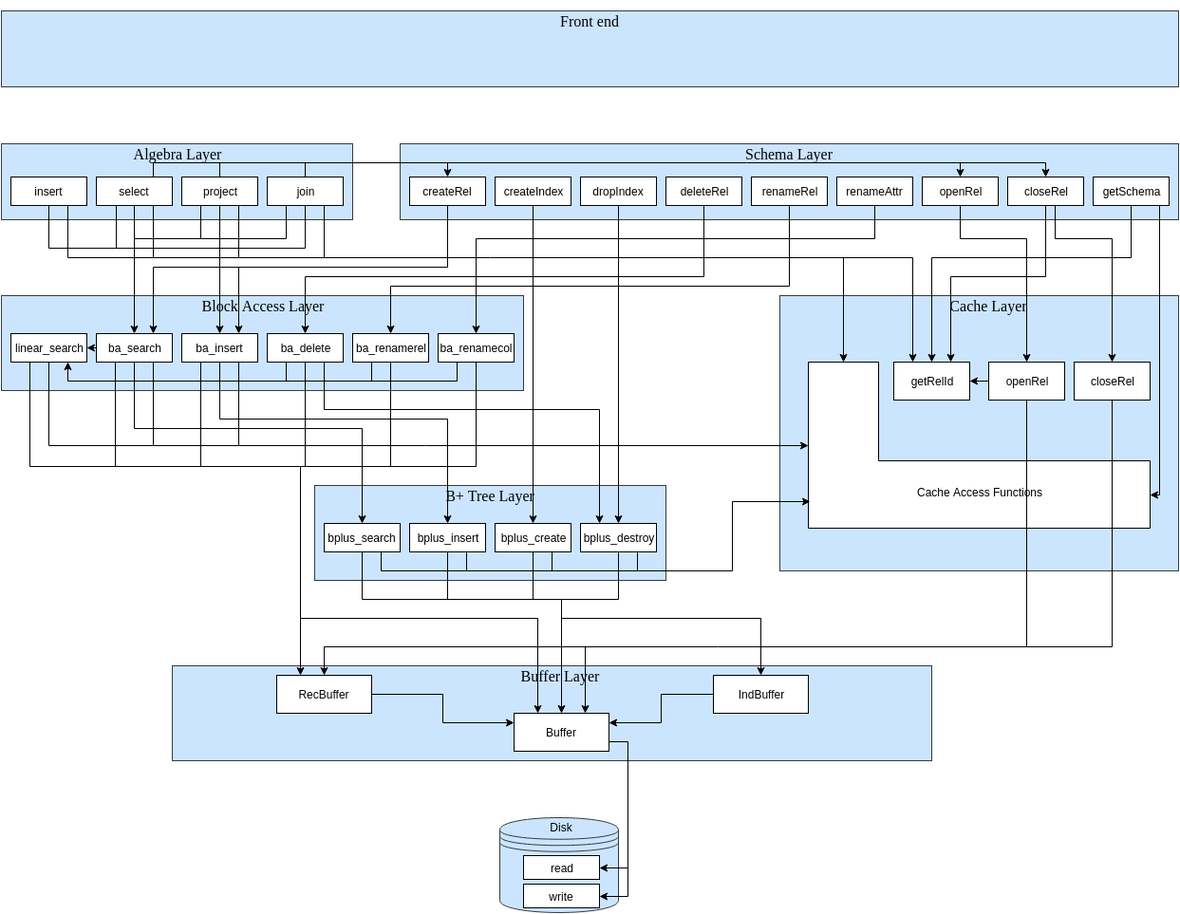
Above: img/design/design.png in Nitcbase/nitcbase.github.io (draw.io), before the change. Source tidied: cells renumbered, new cells last; positions are measured from the earlier drawing's top-left corner, leaving out a move shared by most shapes.
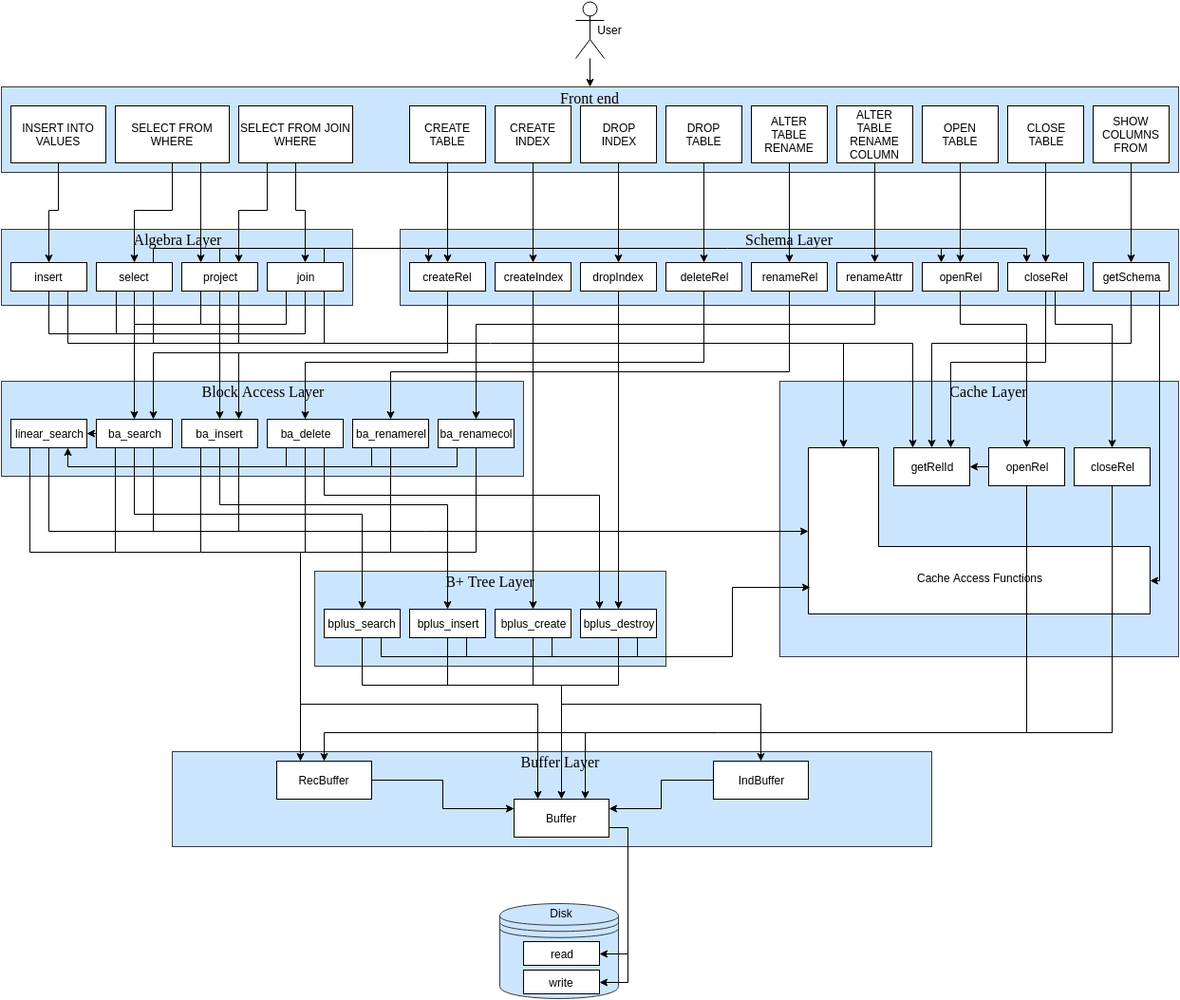
The same diagram one commit later.

Commit message:
frontend added to design diagram

The edit, as a diff of the source:
```diff
@@ -6,7 +6,7 @@
       <mxGeometry x="525" y="850" width="125" height="100" as="geometry" />
     </mxCell>
     <mxCell id="3" style="rounded=0;whiteSpace=wrap;html=1;fillColor=#cce5ff;strokeColor=#36393d;" parent="1" vertex="1">
-      <mxGeometry width="1240" height="80" as="geometry" />
+      <mxGeometry y="-10" width="1240" height="90" as="geometry" />
     </mxCell>
     <mxCell id="4" style="rounded=0;whiteSpace=wrap;html=1;fillColor=#cce5ff;strokeColor=#36393d;" parent="1" vertex="1">
       <mxGeometry y="140" width="370" height="80" as="geometry" />
@@ -147,7 +147,7 @@
       <mxGeometry x="507.5" y="690" width="160" height="20" as="geometry" />
     </mxCell>
     <mxCell id="50" value="&lt;p&gt;&lt;font style=&quot;font-size: 16px&quot; face=&quot;Times New Roman&quot;&gt;Front end&lt;/font&gt;&lt;/p&gt;" style="text;html=1;strokeColor=none;fillColor=none;align=center;verticalAlign=middle;whiteSpace=wrap;rounded=0;" parent="1" vertex="1">
-      <mxGeometry x="560" width="120" height="20" as="geometry" />
+      <mxGeometry x="560" y="-9" width="120" height="20" as="geometry" />
     </mxCell>
     <mxCell id="51" style="group;" parent="1" vertex="1">
       <mxGeometry x="660" y="770" height="163" as="geometry" />
@@ -214,11 +214,11 @@
         </Array>
       </mxGeometry>
     </mxCell>
-    <mxCell id="62" style="endArrow=classic;html=1;exitX=0.75;exitY=0;exitDx=0;exitDy=0;entryX=0.5;entryY=0;entryDx=0;entryDy=0;rounded=0;" parent="1" edge="1" source="7" target="11">
+    <mxCell id="62" style="endArrow=classic;html=1;exitX=0.75;exitY=0;exitDx=0;exitDy=0;entryX=0.25;entryY=0;entryDx=0;entryDy=0;rounded=0;" parent="1" edge="1" source="7" target="11">
       <mxGeometry relative="1" as="geometry">
         <Array as="points">
           <mxPoint x="160" y="160" />
-          <mxPoint x="470" y="160" />
+          <mxPoint x="450" y="160" />
         </Array>
       </mxGeometry>
     </mxCell>
@@ -227,22 +227,22 @@
         <mxPoint x="230" y="160" as="targetPoint" />
       </mxGeometry>
     </mxCell>
-    <mxCell id="64" style="endArrow=none;html=1;exitX=0.5;exitY=0;exitDx=0;exitDy=0;endFill=0;" parent="1" edge="1" source="9">
+    <mxCell id="64" style="endArrow=none;html=1;exitX=0.75;exitY=0;exitDx=0;exitDy=0;endFill=0;" parent="1" edge="1" source="9">
       <mxGeometry relative="1" as="geometry">
-        <mxPoint x="320" y="160" as="targetPoint" />
+        <mxPoint x="340" y="160" as="targetPoint" />
       </mxGeometry>
     </mxCell>
-    <mxCell id="65" style="endArrow=classic;html=1;entryX=0.5;entryY=0;entryDx=0;entryDy=0;rounded=0;" parent="1" edge="1" target="18">
+    <mxCell id="65" style="endArrow=classic;html=1;entryX=0.25;entryY=0;entryDx=0;entryDy=0;rounded=0;" parent="1" edge="1" target="18">
       <mxGeometry relative="1" as="geometry">
-        <mxPoint x="470" y="160" as="sourcePoint" />
+        <mxPoint x="450" y="160" as="sourcePoint" />
         <Array as="points">
-          <mxPoint x="1100" y="160" />
+          <mxPoint x="1080" y="160" />
         </Array>
       </mxGeometry>
     </mxCell>
-    <mxCell id="66" style="endArrow=classic;html=1;entryX=0.5;entryY=0;entryDx=0;entryDy=0;" parent="1" edge="1" target="15">
+    <mxCell id="66" style="endArrow=classic;html=1;entryX=0.25;entryY=0;entryDx=0;entryDy=0;" parent="1" edge="1" target="15">
       <mxGeometry relative="1" as="geometry">
-        <mxPoint x="1010" y="160" as="sourcePoint" />
+        <mxPoint x="990" y="160" as="sourcePoint" />
       </mxGeometry>
     </mxCell>
     <mxCell id="67" style="endArrow=classic;html=1;elbow=vertical;exitX=0.25;exitY=1;exitDx=0;exitDy=0;rounded=0;entryX=0.75;entryY=1;entryDx=0;entryDy=0;" parent="1" edge="1" source="25" target="23">
@@ -541,5 +541,112 @@
         </Array>
       </mxGeometry>
     </mxCell>
+    <mxCell id="114" style="edgeStyle=orthogonalEdgeStyle;rounded=0;jumpStyle=none;jettySize=auto;html=1;startArrow=none;startFill=0;endArrow=classic;endFill=1;" parent="1" edge="1" source="115" target="3">
+      <mxGeometry relative="1" as="geometry" />
+    </mxCell>
+    <mxCell id="115" style="shape=umlActor;verticalLabelPosition=bottom;labelBackgroundColor=#ffffff;verticalAlign=top;html=1;outlineConnect=0;glass=0;fillColor=#ffffff;gradientColor=none;" parent="1" vertex="1">
+      <mxGeometry x="605" y="-100" width="30" height="60" as="geometry" />
+    </mxCell>
+    <mxCell id="116" style="edgeStyle=orthogonalEdgeStyle;rounded=0;jumpStyle=none;jettySize=auto;html=1;startArrow=none;startFill=0;endArrow=classic;endFill=1;entryX=0.5;entryY=0;entryDx=0;entryDy=0;" parent="1" edge="1" source="117" target="7">
+      <mxGeometry relative="1" as="geometry">
+        <Array as="points">
+          <mxPoint x="180" y="120" />
+          <mxPoint x="140" y="120" />
+        </Array>
+      </mxGeometry>
+    </mxCell>
+    <mxCell id="117" value="SELECT FROM WHERE" style="rounded=0;whiteSpace=wrap;html=1;glass=0;fillColor=#ffffff;gradientColor=none;" parent="1" vertex="1">
+      <mxGeometry x="120" y="10" width="120" height="60" as="geometry" />
+    </mxCell>
+    <mxCell id="118" style="edgeStyle=orthogonalEdgeStyle;rounded=0;jumpStyle=none;jettySize=auto;html=1;startArrow=none;startFill=0;endArrow=classic;endFill=1;" parent="1" edge="1" source="119" target="9">
+      <mxGeometry relative="1" as="geometry">
+        <Array as="points">
+          <mxPoint x="310" y="120" />
+          <mxPoint x="320" y="120" />
+        </Array>
+      </mxGeometry>
+    </mxCell>
+    <mxCell id="119" value="SELECT FROM JOIN WHERE" style="rounded=0;whiteSpace=wrap;html=1;glass=0;fillColor=#ffffff;gradientColor=none;" parent="1" vertex="1">
+      <mxGeometry x="250" y="10" width="120" height="60" as="geometry" />
+    </mxCell>
+    <mxCell id="120" style="edgeStyle=orthogonalEdgeStyle;rounded=0;jumpStyle=none;jettySize=auto;html=1;startArrow=none;startFill=0;endArrow=classic;endFill=1;entryX=0.5;entryY=0;entryDx=0;entryDy=0;" parent="1" edge="1" source="121" target="5">
+      <mxGeometry relative="1" as="geometry">
+        <Array as="points">
+          <mxPoint x="60" y="120" />
+          <mxPoint x="50" y="120" />
+        </Array>
+      </mxGeometry>
+    </mxCell>
+    <mxCell id="121" value="INSERT INTO VALUES" style="rounded=0;whiteSpace=wrap;html=1;glass=0;fillColor=#ffffff;gradientColor=none;" parent="1" vertex="1">
+      <mxGeometry x="10" y="10" width="100" height="60" as="geometry" />
+    </mxCell>
+    <mxCell id="122" style="edgeStyle=orthogonalEdgeStyle;rounded=0;jumpStyle=none;jettySize=auto;html=1;startArrow=none;startFill=0;endArrow=classic;endFill=1;entryX=0.5;entryY=0;entryDx=0;entryDy=0;" parent="1" edge="1" source="123" target="11">
+      <mxGeometry relative="1" as="geometry" />
+    </mxCell>
+    <mxCell id="123" value="CREATE TABLE" style="rounded=0;whiteSpace=wrap;html=1;glass=0;fillColor=#ffffff;gradientColor=none;" parent="1" vertex="1">
+      <mxGeometry x="430" y="10" width="80" height="60" as="geometry" />
+    </mxCell>
+    <mxCell id="124" style="edgeStyle=orthogonalEdgeStyle;rounded=0;jumpStyle=none;jettySize=auto;html=1;startArrow=none;startFill=0;endArrow=classic;endFill=1;entryX=0.5;entryY=0;entryDx=0;entryDy=0;" parent="1" edge="1" source="125" target="12">
+      <mxGeometry relative="1" as="geometry" />
+    </mxCell>
+    <mxCell id="125" value="CREATE INDEX" style="rounded=0;whiteSpace=wrap;html=1;glass=0;fillColor=#ffffff;gradientColor=none;" parent="1" vertex="1">
+      <mxGeometry x="520" y="10" width="80" height="60" as="geometry" />
+    </mxCell>
+    <mxCell id="126" style="edgeStyle=orthogonalEdgeStyle;rounded=0;jumpStyle=none;jettySize=auto;html=1;startArrow=none;startFill=0;endArrow=classic;endFill=1;entryX=0.5;entryY=0;entryDx=0;entryDy=0;" parent="1" edge="1" source="127" target="13">
+      <mxGeometry relative="1" as="geometry" />
+    </mxCell>
+    <mxCell id="127" value="DROP&lt;br&gt;INDEX" style="rounded=0;whiteSpace=wrap;html=1;glass=0;fillColor=#ffffff;gradientColor=none;" parent="1" vertex="1">
+      <mxGeometry x="610" y="10" width="80" height="60" as="geometry" />
+    </mxCell>
+    <mxCell id="128" style="edgeStyle=orthogonalEdgeStyle;rounded=0;jumpStyle=none;jettySize=auto;html=1;startArrow=none;startFill=0;endArrow=classic;endFill=1;" parent="1" edge="1" source="129" target="14">
+      <mxGeometry relative="1" as="geometry" />
+    </mxCell>
+    <mxCell id="129" value="DROP&lt;br&gt;TABLE&lt;br&gt;" style="rounded=0;whiteSpace=wrap;html=1;glass=0;fillColor=#ffffff;gradientColor=none;" parent="1" vertex="1">
+      <mxGeometry x="700" y="10" width="80" height="60" as="geometry" />
+    </mxCell>
+    <mxCell id="130" style="edgeStyle=orthogonalEdgeStyle;rounded=0;jumpStyle=none;jettySize=auto;html=1;startArrow=none;startFill=0;endArrow=classic;endFill=1;entryX=0.5;entryY=0;entryDx=0;entryDy=0;" parent="1" edge="1" source="131" target="17">
+      <mxGeometry relative="1" as="geometry" />
+    </mxCell>
+    <mxCell id="131" value="ALTER TABLE RENAME" style="rounded=0;whiteSpace=wrap;html=1;glass=0;fillColor=#ffffff;gradientColor=none;" parent="1" vertex="1">
+      <mxGeometry x="790" y="10" width="80" height="60" as="geometry" />
+    </mxCell>
+    <mxCell id="132" style="edgeStyle=orthogonalEdgeStyle;rounded=0;jumpStyle=none;jettySize=auto;html=1;startArrow=none;startFill=0;endArrow=classic;endFill=1;entryX=0.5;entryY=0;entryDx=0;entryDy=0;" parent="1" edge="1" source="133" target="16">
+      <mxGeometry relative="1" as="geometry" />
+    </mxCell>
+    <mxCell id="133" value="ALTER TABLE RENAME COLUMN" style="rounded=0;whiteSpace=wrap;html=1;glass=0;fillColor=#ffffff;gradientColor=none;" parent="1" vertex="1">
+      <mxGeometry x="880" y="10" width="80" height="60" as="geometry" />
+    </mxCell>
+    <mxCell id="134" style="edgeStyle=orthogonalEdgeStyle;rounded=0;jumpStyle=none;jettySize=auto;html=1;startArrow=none;startFill=0;endArrow=classic;endFill=1;entryX=0.5;entryY=0;entryDx=0;entryDy=0;" parent="1" edge="1" source="135" target="15">
+      <mxGeometry relative="1" as="geometry" />
+    </mxCell>
+    <mxCell id="135" value="OPEN&lt;br&gt;TABLE" style="rounded=0;whiteSpace=wrap;html=1;glass=0;fillColor=#ffffff;gradientColor=none;" parent="1" vertex="1">
+      <mxGeometry x="970" y="10" width="80" height="60" as="geometry" />
+    </mxCell>
+    <mxCell id="136" style="edgeStyle=orthogonalEdgeStyle;rounded=0;jumpStyle=none;jettySize=auto;html=1;startArrow=none;startFill=0;endArrow=classic;endFill=1;entryX=0.5;entryY=0;entryDx=0;entryDy=0;" parent="1" edge="1" source="137" target="18">
+      <mxGeometry relative="1" as="geometry" />
+    </mxCell>
+    <mxCell id="137" value="CLOSE&lt;br&gt;TABLE" style="rounded=0;whiteSpace=wrap;html=1;glass=0;fillColor=#ffffff;gradientColor=none;" parent="1" vertex="1">
+      <mxGeometry x="1060" y="10" width="80" height="60" as="geometry" />
+    </mxCell>
+    <mxCell id="138" style="edgeStyle=orthogonalEdgeStyle;rounded=0;jumpStyle=none;jettySize=auto;html=1;startArrow=none;startFill=0;endArrow=classic;endFill=1;entryX=0.5;entryY=0;entryDx=0;entryDy=0;" parent="1" edge="1" source="139" target="19">
+      <mxGeometry relative="1" as="geometry" />
+    </mxCell>
+    <mxCell id="139" value="SHOW COLUMNS FROM" style="rounded=0;whiteSpace=wrap;html=1;glass=0;fillColor=#ffffff;gradientColor=none;" parent="1" vertex="1">
+      <mxGeometry x="1150" y="10" width="80" height="60" as="geometry" />
+    </mxCell>
+    <mxCell id="140" value="User" style="text;html=1;strokeColor=none;fillColor=none;align=center;verticalAlign=middle;whiteSpace=wrap;rounded=0;glass=0;" parent="1" vertex="1">
+      <mxGeometry x="621" y="-80" width="40" height="20" as="geometry" />
+    </mxCell>
+    <mxCell id="141" style="endArrow=classic;html=1;exitX=0.75;exitY=1;exitDx=0;exitDy=0;entryX=0.25;entryY=0;entryDx=0;entryDy=0;" parent="1" edge="1" source="117" target="8">
+      <mxGeometry relative="1" as="geometry" />
+    </mxCell>
+    <mxCell id="142" style="endArrow=classic;html=1;exitX=0.25;exitY=1;exitDx=0;exitDy=0;entryX=0.75;entryY=0;entryDx=0;entryDy=0;rounded=0;" parent="1" edge="1" source="119" target="8">
+      <mxGeometry relative="1" as="geometry">
+        <Array as="points">
+          <mxPoint x="280" y="120" />
+          <mxPoint x="250" y="120" />
+        </Array>
+      </mxGeometry>
+    </mxCell>
   </root>
 </mxGraphModel>
```
